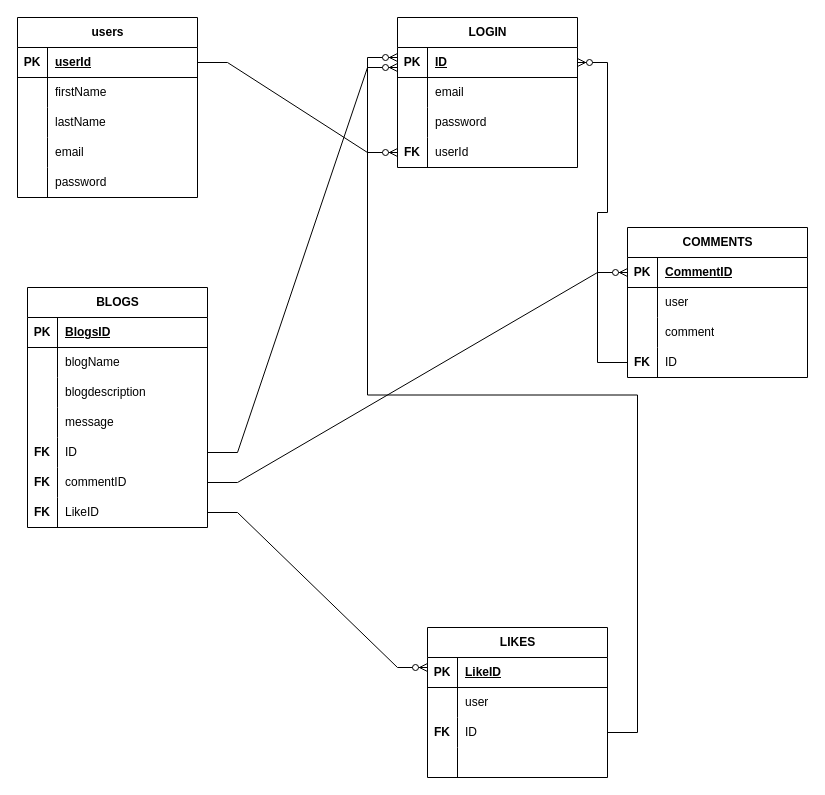
Before: my_brand.drawio in Franklin-pro/branding, a draw.io diagram. Source tidied: cells renumbered, new cells numbered last; positions are measured from the earlier drawing's top-left corner, leaving out a move shared by most shapes. Both pictures are drawn from the tidied source at 100%, with x=0, y=0 at pixel (17, -23).
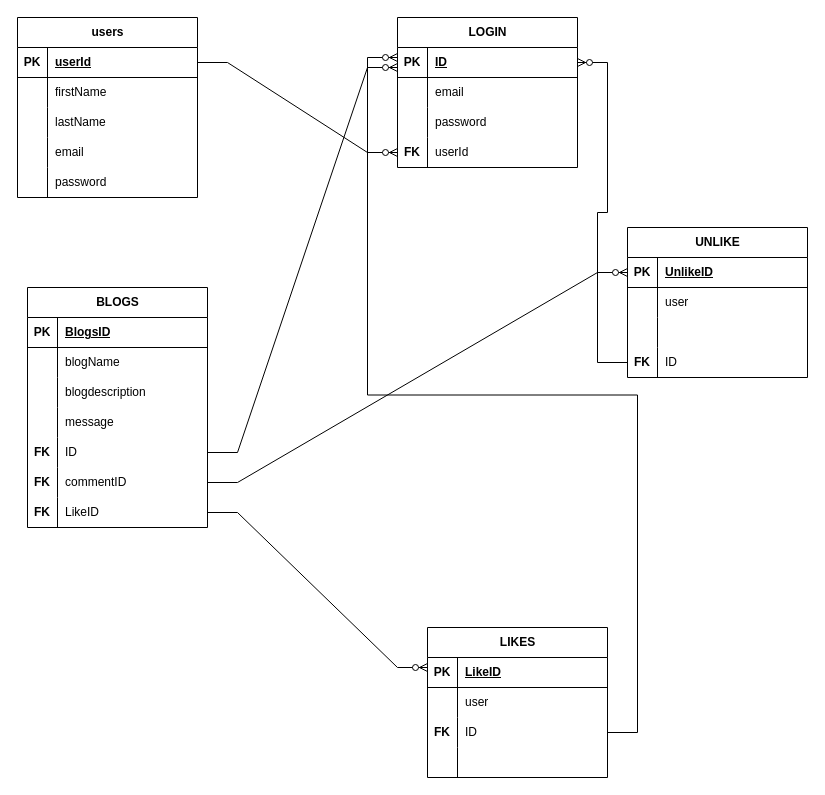
After the change.

The change refers to these unchanged cells:
```xml
<mxCell id="56" style="shape=tableRow;horizontal=0;startSize=0;swimlaneHead=0;swimlaneBody=0;fillColor=none;points=[[0,0.5],[1,0.5]];portConstraint=eastwest;top=0;left=0;right=0;bottom=1;" parent="55" vertex="1">
  <mxGeometry y="30" width="180" height="30" as="geometry" />
</mxCell>
<mxCell id="62" style="shape=tableRow;horizontal=0;startSize=0;swimlaneHead=0;swimlaneBody=0;fillColor=none;top=0;left=0;right=0;bottom=0;" parent="55" vertex="1">
  <mxGeometry y="90" width="180" height="30" as="geometry" />
</mxCell>
```

The edit, as a diff of the source:
```diff
@@
-    <mxCell id="55" value="COMMENTS" style="shape=table;startSize=30;childLayout=tableLayout;rowLines=0;fontStyle=1;align=center;html=1;" parent="1" vertex="1">
+    <mxCell id="55" value="UNLIKE" style="shape=table;startSize=30;childLayout=tableLayout;rowLines=0;fontStyle=1;align=center;html=1;" parent="1" vertex="1">
       <mxGeometry x="610" y="250" width="180" height="150" as="geometry" />
     </mxCell>
@@
-    <mxCell id="58" value="CommentID" style="shape=partialRectangle;fillColor=none;top=0;left=0;bottom=0;right=0;align=left;spacingLeft=6;fontStyle=5;overflow=hidden;whiteSpace=wrap;html=1;" parent="56" vertex="1">
+    <mxCell id="58" value="UnlikeID" style="shape=partialRectangle;fillColor=none;top=0;left=0;bottom=0;right=0;align=left;spacingLeft=6;fontStyle=5;overflow=hidden;whiteSpace=wrap;html=1;" parent="56" vertex="1">
       <mxGeometry x="30" width="150" height="30" as="geometry" />
     </mxCell>
@@
-    <mxCell id="64" value="comment" style="shape=partialRectangle;fillColor=none;top=0;left=0;bottom=0;right=0;align=left;spacingLeft=6;overflow=hidden;whiteSpace=wrap;html=1;" parent="62" vertex="1">
+    <mxCell id="64" style="shape=partialRectangle;fillColor=none;top=0;left=0;bottom=0;right=0;align=left;spacingLeft=6;overflow=hidden;whiteSpace=wrap;html=1;" parent="62" vertex="1">
       <mxGeometry x="30" width="150" height="30" as="geometry" />
     </mxCell>
```
